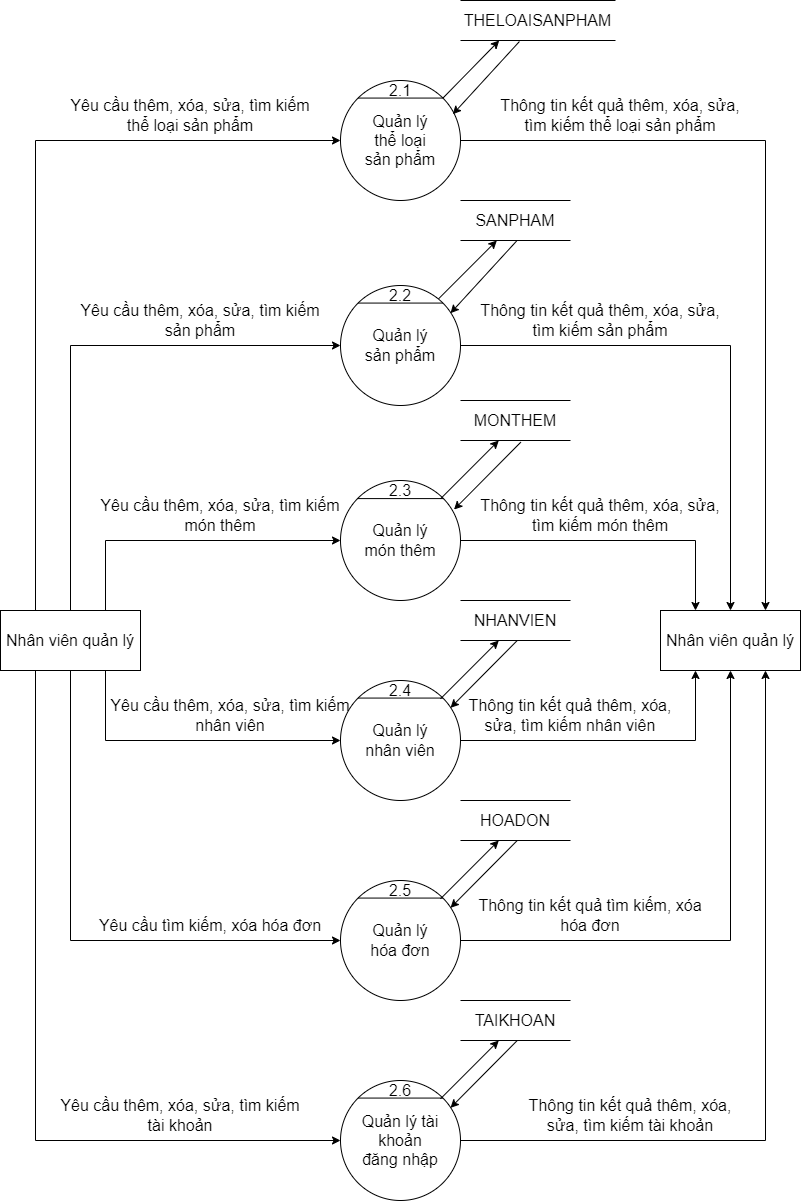
Earlier version of the draw.io export BFD&DFD/DFD_1_Quanlydanhmuc_Version_Final.png (hungtadasuke/CoffeShop_SoftwareTechnology). Source tidied: cells renumbered, new cells last; positions are measured from the earlier drawing's top-left corner, leaving out a move shared by most shapes.
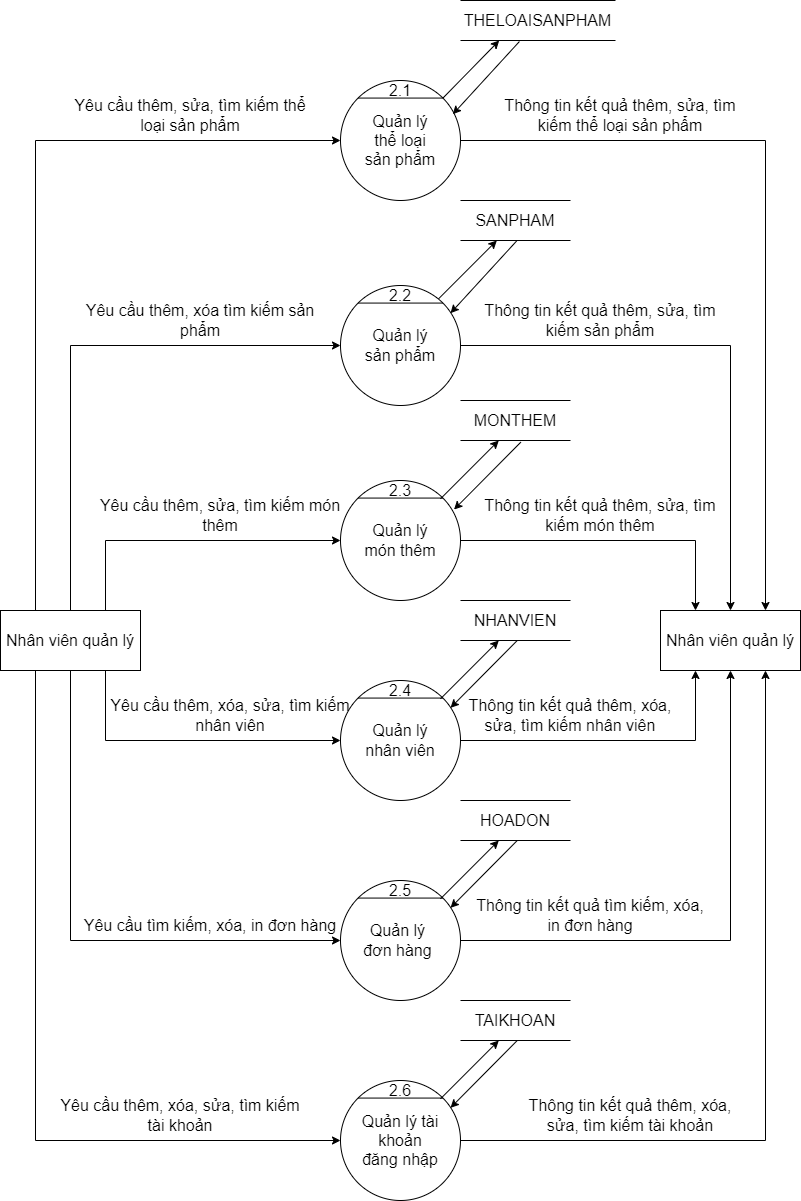
Later version of the same file.

Diff of the diagram source:
```diff
@@ -56,8 +56,8 @@
     <mxCell id="19" style="endArrow=none;html=1;rounded=0;exitX=0;exitY=0;exitDx=0;exitDy=0;entryX=1;entryY=0;entryDx=0;entryDy=0;fontSize=16;" parent="1" edge="1" source="18" target="18">
       <mxGeometry relative="1" as="geometry" />
     </mxCell>
-    <mxCell id="20" value="&lt;font style=&quot;font-size: 16px;&quot;&gt;Quản lý hóa đơn&lt;br style=&quot;font-size: 16px;&quot;&gt;&lt;/font&gt;" style="text;html=1;strokeColor=none;fillColor=none;align=center;verticalAlign=middle;whiteSpace=wrap;rounded=0;fontSize=16;" parent="1" vertex="1">
-      <mxGeometry x="365" y="925" width="70" height="30" as="geometry" />
+    <mxCell id="20" value="&lt;font style=&quot;font-size: 16px&quot;&gt;Quản lý đơn hàng&lt;br style=&quot;font-size: 16px&quot;&gt;&lt;/font&gt;" style="text;html=1;strokeColor=none;fillColor=none;align=center;verticalAlign=middle;whiteSpace=wrap;rounded=0;fontSize=16;" parent="1" vertex="1">
+      <mxGeometry x="360" y="925" width="75" height="30" as="geometry" />
     </mxCell>
     <mxCell id="21" value="2.5" style="text;html=1;strokeColor=none;fillColor=none;align=center;verticalAlign=middle;whiteSpace=wrap;rounded=0;fontSize=16;" parent="1" vertex="1">
       <mxGeometry x="385" y="880" width="30" height="20" as="geometry" />
@@ -244,22 +244,22 @@
         <mxPoint x="450" y="1107.3" as="targetPoint" />
       </mxGeometry>
     </mxCell>
-    <mxCell id="58" value="Yêu cầu thêm, xóa, sửa, tìm kiếm thể loại sản phẩm" style="text;html=1;strokeColor=none;fillColor=none;align=center;verticalAlign=middle;whiteSpace=wrap;rounded=0;fontSize=16;" parent="1" vertex="1">
+    <mxCell id="58" value="Yêu cầu thêm, sửa, tìm kiếm thể loại sản phẩm" style="text;html=1;strokeColor=none;fillColor=none;align=center;verticalAlign=middle;whiteSpace=wrap;rounded=0;fontSize=16;" parent="1" vertex="1">
       <mxGeometry x="60" y="100" width="260" height="30" as="geometry" />
     </mxCell>
-    <mxCell id="59" value="Thông tin kết quả&amp;nbsp;thêm, xóa, sửa, tìm kiếm thể loại sản phẩm" style="text;html=1;strokeColor=none;fillColor=none;align=center;verticalAlign=middle;whiteSpace=wrap;rounded=0;fontSize=16;" parent="1" vertex="1">
+    <mxCell id="59" value="Thông tin kết quả&amp;nbsp;thêm, sửa, tìm kiếm thể loại sản phẩm" style="text;html=1;strokeColor=none;fillColor=none;align=center;verticalAlign=middle;whiteSpace=wrap;rounded=0;fontSize=16;" parent="1" vertex="1">
       <mxGeometry x="490" y="100" width="260" height="30" as="geometry" />
     </mxCell>
-    <mxCell id="60" value="Yêu cầu thêm, xóa, sửa, tìm kiếm sản phẩm" style="text;html=1;strokeColor=none;fillColor=none;align=center;verticalAlign=middle;whiteSpace=wrap;rounded=0;fontSize=16;" parent="1" vertex="1">
+    <mxCell id="60" value="Yêu cầu thêm, xóa tìm kiếm sản phẩm" style="text;html=1;strokeColor=none;fillColor=none;align=center;verticalAlign=middle;whiteSpace=wrap;rounded=0;fontSize=16;" parent="1" vertex="1">
       <mxGeometry x="70" y="300" width="260" height="40" as="geometry" />
     </mxCell>
-    <mxCell id="61" value="Thông tin kết quả&amp;nbsp;thêm, xóa, sửa, tìm kiếm sản phẩm" style="text;html=1;strokeColor=none;fillColor=none;align=center;verticalAlign=middle;whiteSpace=wrap;rounded=0;fontSize=16;" parent="1" vertex="1">
+    <mxCell id="61" value="Thông tin kết quả&amp;nbsp;thêm, sửa, tìm kiếm sản phẩm" style="text;html=1;strokeColor=none;fillColor=none;align=center;verticalAlign=middle;whiteSpace=wrap;rounded=0;fontSize=16;" parent="1" vertex="1">
       <mxGeometry x="470" y="305" width="260" height="30" as="geometry" />
     </mxCell>
-    <mxCell id="62" value="Yêu cầu thêm, xóa, sửa, tìm kiếm món thêm" style="text;html=1;strokeColor=none;fillColor=none;align=center;verticalAlign=middle;whiteSpace=wrap;rounded=0;fontSize=16;" parent="1" vertex="1">
+    <mxCell id="62" value="Yêu cầu thêm, sửa, tìm kiếm món thêm" style="text;html=1;strokeColor=none;fillColor=none;align=center;verticalAlign=middle;whiteSpace=wrap;rounded=0;fontSize=16;" parent="1" vertex="1">
       <mxGeometry x="90" y="500" width="260" height="30" as="geometry" />
     </mxCell>
-    <mxCell id="63" value="Thông tin kết quả&amp;nbsp;thêm, xóa, sửa, tìm kiếm món thêm" style="text;html=1;strokeColor=none;fillColor=none;align=center;verticalAlign=middle;whiteSpace=wrap;rounded=0;fontSize=16;" parent="1" vertex="1">
+    <mxCell id="63" value="Thông tin kết quả&amp;nbsp;thêm, sửa, tìm kiếm món thêm" style="text;html=1;strokeColor=none;fillColor=none;align=center;verticalAlign=middle;whiteSpace=wrap;rounded=0;fontSize=16;" parent="1" vertex="1">
       <mxGeometry x="470" y="500" width="260" height="30" as="geometry" />
     </mxCell>
     <mxCell id="64" value="Yêu cầu thêm, xóa, sửa, tìm kiếm nhân viên" style="text;html=1;strokeColor=none;fillColor=none;align=center;verticalAlign=middle;whiteSpace=wrap;rounded=0;fontSize=16;" parent="1" vertex="1">
@@ -268,10 +268,10 @@
     <mxCell id="65" value="Thông tin kết quả&amp;nbsp;thêm, xóa, sửa, tìm kiếm nhân viên" style="text;html=1;strokeColor=none;fillColor=none;align=center;verticalAlign=middle;whiteSpace=wrap;rounded=0;fontSize=16;" parent="1" vertex="1">
       <mxGeometry x="450" y="700" width="240" height="30" as="geometry" />
     </mxCell>
-    <mxCell id="66" value="Yêu cầu tìm kiếm, xóa hóa đơn" style="text;html=1;strokeColor=none;fillColor=none;align=center;verticalAlign=middle;whiteSpace=wrap;rounded=0;fontSize=16;" parent="1" vertex="1">
+    <mxCell id="66" value="Yêu cầu tìm kiếm, xóa, in đơn hàng" style="text;html=1;strokeColor=none;fillColor=none;align=center;verticalAlign=middle;whiteSpace=wrap;rounded=0;fontSize=16;" parent="1" vertex="1">
       <mxGeometry x="80" y="910" width="260" height="30" as="geometry" />
     </mxCell>
-    <mxCell id="67" value="Thông tin kết quả tìm kiếm, xóa hóa đơn" style="text;html=1;strokeColor=none;fillColor=none;align=center;verticalAlign=middle;whiteSpace=wrap;rounded=0;fontSize=16;" parent="1" vertex="1">
+    <mxCell id="67" value="Thông tin kết quả tìm kiếm, xóa, in đơn hàng" style="text;html=1;strokeColor=none;fillColor=none;align=center;verticalAlign=middle;whiteSpace=wrap;rounded=0;fontSize=16;" parent="1" vertex="1">
       <mxGeometry x="470" y="900" width="240" height="30" as="geometry" />
     </mxCell>
     <mxCell id="68" value="Yêu cầu thêm, xóa, sửa, tìm kiếm tài khoản" style="text;html=1;strokeColor=none;fillColor=none;align=center;verticalAlign=middle;whiteSpace=wrap;rounded=0;fontSize=16;" parent="1" vertex="1">
```
